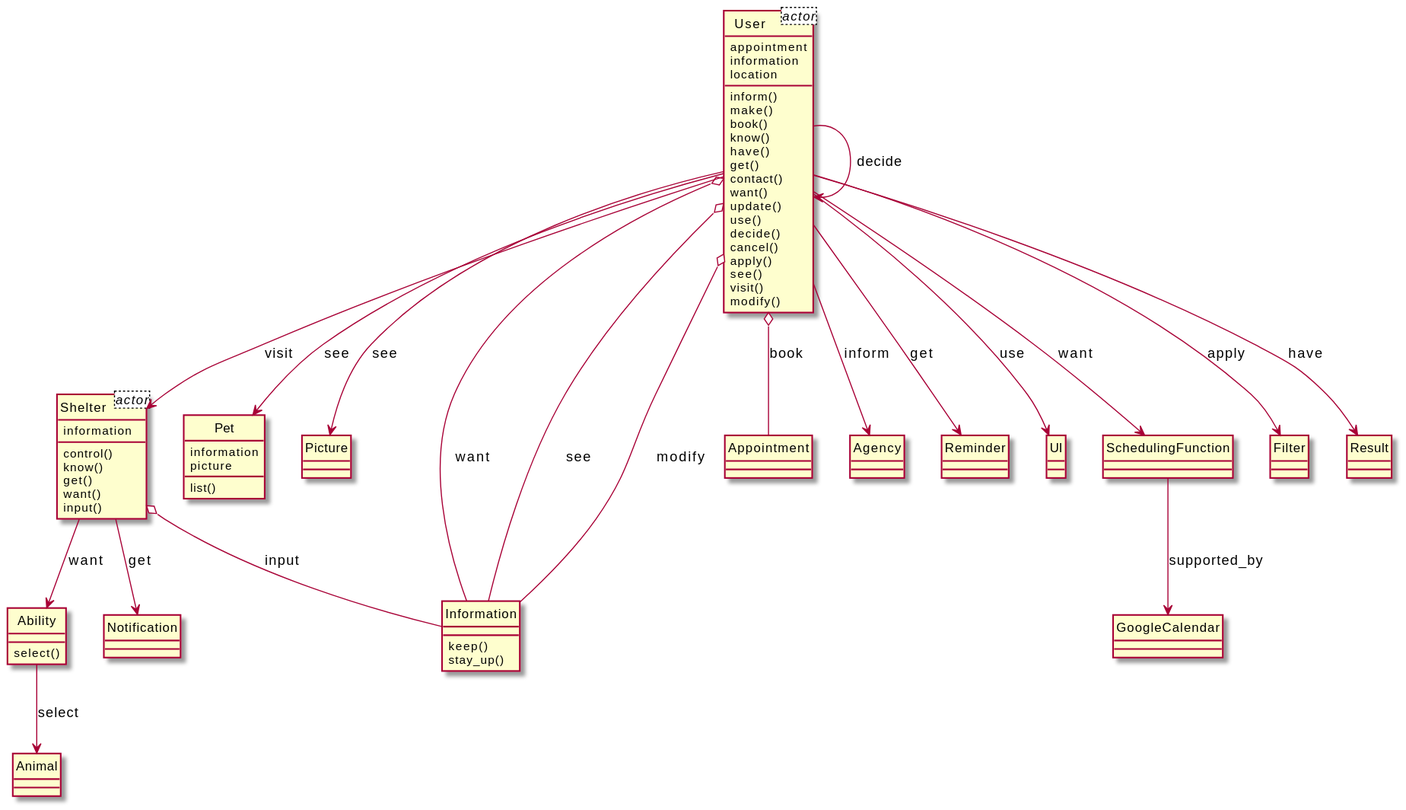
xixixhalu/DomainModelExtractor keeps this PlantUML diagram as output/diagram_5/2016-USC-Project07.svg. Above is the earlier version.
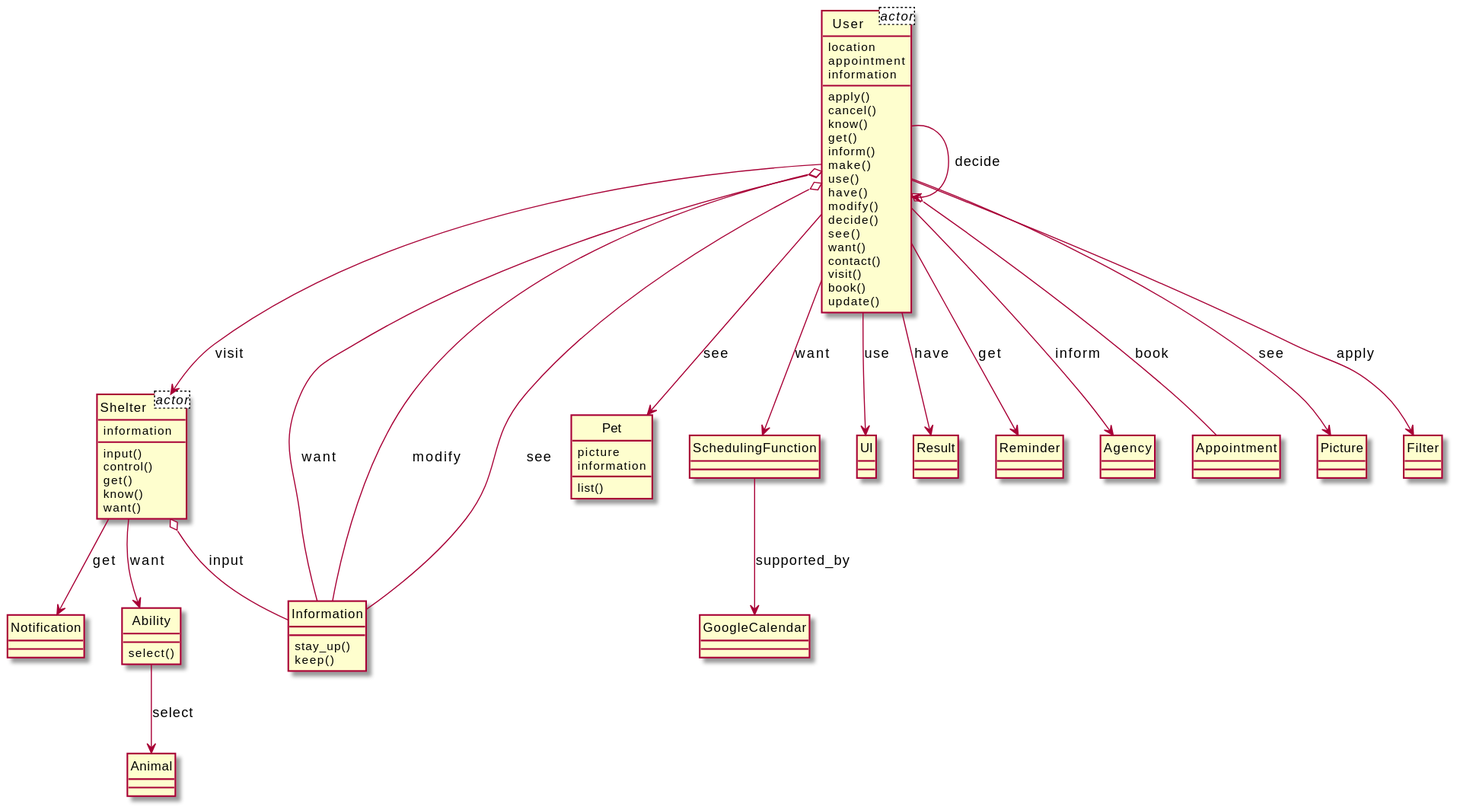
Above is the later version.

Change to the diagram source:
```diff
@@ -1,48 +1,58 @@
 @startuml
 hide circle
 class User<actor> {
+	location
 	appointment
 	information
-	location
 }
 class Shelter<actor> {
 	information
 }
 class Pet {
+	picture
 	information
-	picture
 	list()
 }
 class User {
+	apply()
+	cancel()
+	know()
+	get()
 	inform()
 	make()
+	use()
+	have()
+	modify()
+	decide()
+	see()
+	want()
+	contact()
+	visit()
 	book()
+	update()
+}
+class SchedulingFunction {
+}
+class UI {
+}
+class Shelter {
+	input()
+	control()
+	get()
 	know()
-	have()
-	get()
-	contact()
 	want()
-	update()
-	use()
-	decide()
-	cancel()
-	apply()
-	see()
-	visit()
-	modify()
 }
-class Picture {
+class Notification {
 }
 class Information {
+	stay_up()
 	keep()
-	stay_up()
 }
-class Shelter {
-	control()
-	know()
-	get()
-	want()
-	input()
+class Result {
+}
+class Reminder {
+}
+class Agency {
 }
 class Ability {
 	select()
@@ -51,39 +61,29 @@
 }
 class Animal {
 }
-class Agency {
-}
-class Reminder {
-}
-class UI {
-}
-class SchedulingFunction {
-}
-class Notification {
+class Picture {
 }
 class Filter {
 }
-class Result {
-}
 class GoogleCalendar {
 }
+User --> UI : use
+User o-- Information : want
+User --> Result : have
+User --> Reminder : get
+Shelter --> Notification : get
+User --> Shelter : visit
+User o-- Information : modify
+User --> Agency : inform
+Shelter --> Ability : want
 User --> Pet : see
-User o-- Information : want
+User o-- Appointment : book
 Shelter o-- Information : input
+Ability --> Animal : select
+User --> Picture : see
+SchedulingFunction --> GoogleCalendar : supported_by
 User o-- Information : see
-User --> Agency : inform
-User --> Reminder : get
-User --> UI : use
-Ability --> Animal : select
+User --> User : decide
 User --> SchedulingFunction : want
-Shelter --> Notification : get
-User o-- Appointment : book
-SchedulingFunction --> GoogleCalendar : supported_by
-User --> User : decide
 User --> Filter : apply
-User o-- Information : modify
-User --> Shelter : visit
-User --> Picture : see
-User --> Result : have
-Shelter --> Ability : want
 @enduml
```
